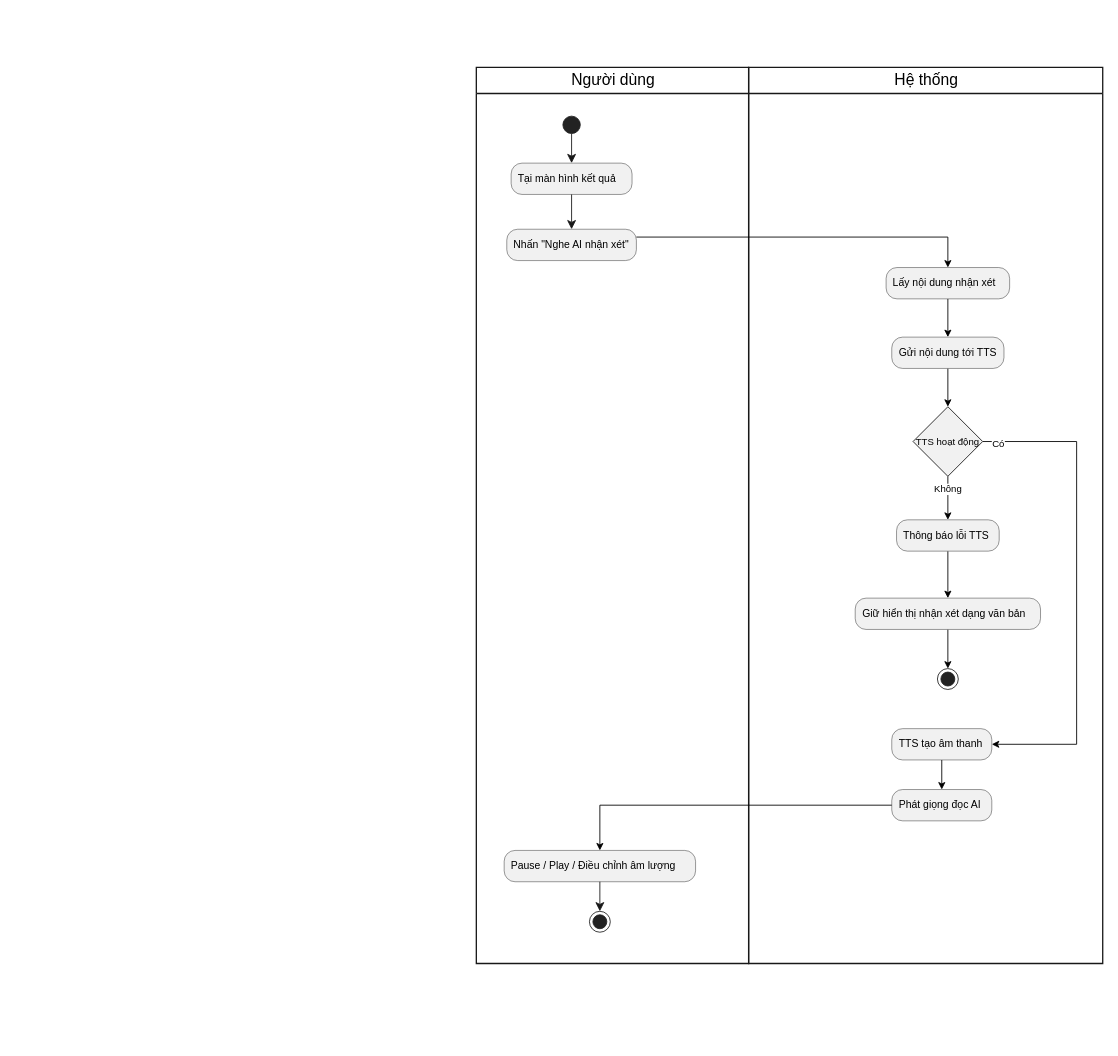
Before: page "UC6-Nghe phản hồi bằng giọng nói" (7 of 10) of docs/diagrams/ActivityDiagram.drawio.xml in ToraidolGiang/interview-practice-ai, a draw.io diagram. Source tidied: cells renumbered, new cells numbered last; positions are measured from the earlier drawing's top-left corner, leaving out a move shared by most shapes. Both pictures are drawn from the tidied source at 87%, with x=0, y=0 at pixel (15, 15).
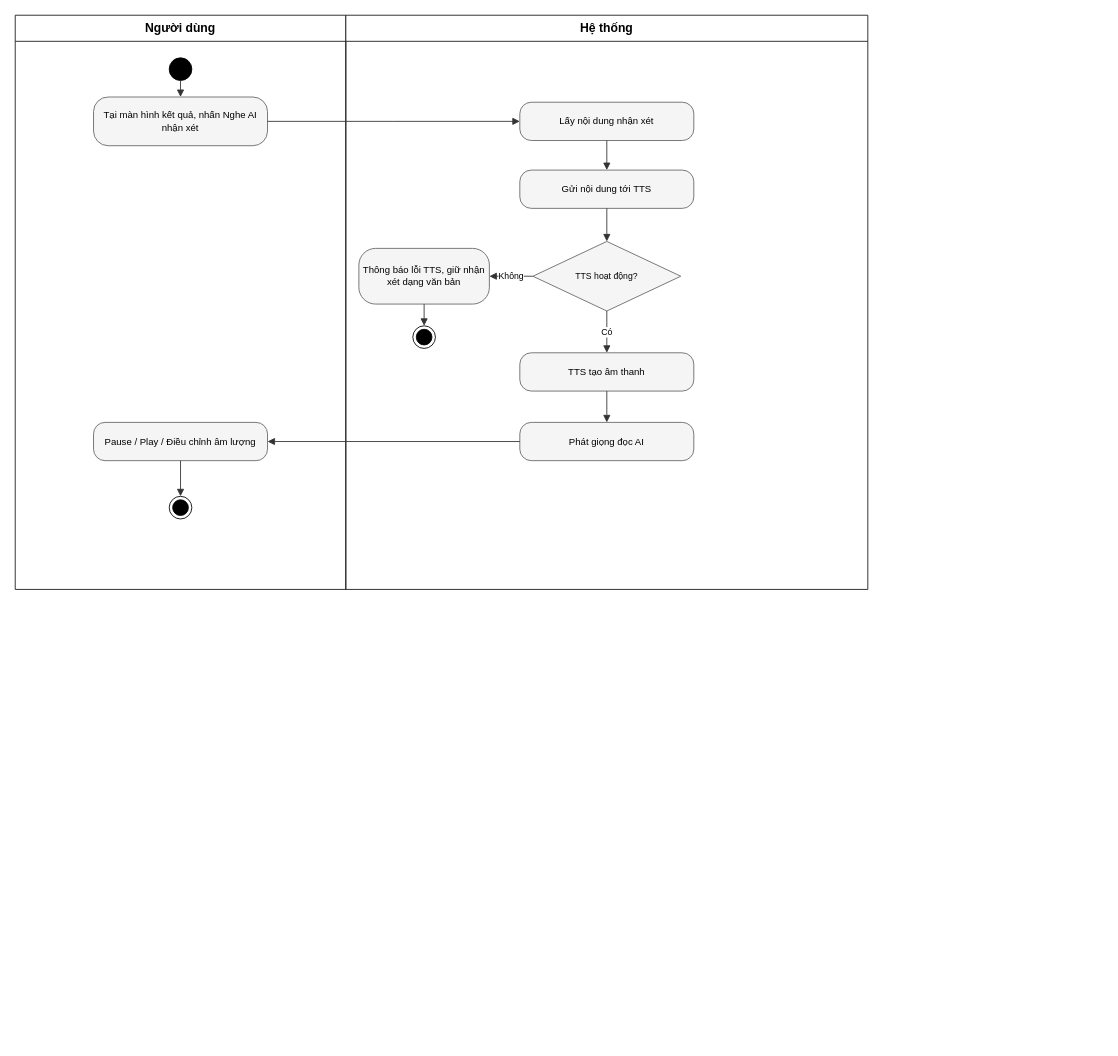
The same page after the edit.

What changed in the source:
```diff
@@
-    <mxCell id="2" style="group;transparentBounds=1;editIcon=1;lockedGroup=0;groupPadding=10;" parent="1" vertex="1">
-      <mxGeometry width="930" height="1180" as="geometry" />
-    </mxCell>
-    <mxCell id="3" value="Người dùng" style="swimlane;startSize=30;fillColor=none;swimlaneFillColor=none;strokeColor=#181818;strokeWidth=1.5;fontColor=#000000;fontSize=18;fontStyle=0;html=1;" parent="2" vertex="1">
-      <mxGeometry x="530" y="60" width="313" height="1030" as="geometry" />
+    <mxCell id="3" value="Người dùng" style="swimlane;html=1;horizontal=1;startSize=30;fillColor=#ffffff;strokeColor=#181818;fontSize=14;fontStyle=1;whiteSpace=wrap;" parent="1" vertex="1">
+      <mxGeometry width="380" height="660" as="geometry" />
     </mxCell>
-    <mxCell id="4" style="ellipse;shape=endState;fillColor=#222222;strokeColor=#222222;" parent="3" vertex="1">
-      <mxGeometry x="130" y="970" width="24" height="24" as="geometry" />
-    </mxCell>
+    <mxCell id="12" value="Hệ thống" style="swimlane;html=1;horizontal=1;startSize=30;fillColor=#ffffff;strokeColor=#181818;fontSize=14;fontStyle=1;whiteSpace=wrap;" parent="1" vertex="1">
+      <mxGeometry x="380" width="600" height="660" as="geometry" />
+    </mxCell>
+    <mxCell id="32" style="ellipse;html=1;fillColor=#000000;strokeColor=#000000;" parent="1" vertex="1">
+      <mxGeometry x="177" y="49" width="26" height="26" as="geometry" />
+    </mxCell>
+    <mxCell id="33" value="Tại màn hình kết quả, nhấn Nghe AI nhận xét" style="rounded=1;arcSize=30;whiteSpace=wrap;html=1;fillColor=#f5f5f5;strokeColor=#666666;fontSize=11;" parent="1" vertex="1">
+      <mxGeometry x="90" y="94" width="200" height="56" as="geometry" />
+    </mxCell>
+    <mxCell id="14" value="Lấy nội dung nhận xét" style="rounded=1;arcSize=30;whiteSpace=wrap;html=1;fillColor=#f5f5f5;strokeColor=#666666;fontSize=11;" parent="1" vertex="1">
+      <mxGeometry x="580" y="100" width="200" height="44" as="geometry" />
+    </mxCell>
+    <mxCell id="17" value="Gửi nội dung tới TTS" style="rounded=1;arcSize=30;whiteSpace=wrap;html=1;fillColor=#f5f5f5;strokeColor=#666666;fontSize=11;" parent="1" vertex="1">
+      <mxGeometry x="580" y="178" width="200" height="44" as="geometry" />
+    </mxCell>
+    <mxCell id="34" value="TTS hoạt động?" style="rhombus;whiteSpace=wrap;html=1;fillColor=#f5f5f5;strokeColor=#666666;fontSize=10;" parent="1" vertex="1">
+      <mxGeometry x="595" y="260" width="170" height="80" as="geometry" />
+    </mxCell>
+    <mxCell id="35" value="Thông báo lỗi TTS, giữ nhận xét dạng văn bản" style="rounded=1;arcSize=30;whiteSpace=wrap;html=1;fillColor=#f5f5f5;strokeColor=#666666;fontSize=11;" parent="1" vertex="1">
+      <mxGeometry x="395" y="268" width="150" height="64" as="geometry" />
+    </mxCell>
+    <mxCell id="36" style="ellipse;html=1;shape=endState;fillColor=#000000;strokeColor=#000000;" parent="1" vertex="1">
+      <mxGeometry x="457" y="357" width="26" height="26" as="geometry" />
+    </mxCell>
+    <mxCell id="28" value="TTS tạo âm thanh" style="rounded=1;arcSize=30;whiteSpace=wrap;html=1;fillColor=#f5f5f5;strokeColor=#666666;fontSize=11;" parent="1" vertex="1">
+      <mxGeometry x="580" y="388" width="200" height="44" as="geometry" />
+    </mxCell>
+    <mxCell id="15" value="Phát giọng đọc AI" style="rounded=1;arcSize=30;whiteSpace=wrap;html=1;fillColor=#f5f5f5;strokeColor=#666666;fontSize=11;" parent="1" vertex="1">
+      <mxGeometry x="580" y="468" width="200" height="44" as="geometry" />
+    </mxCell>
-    <mxCell id="5" value="Pause / Play / Điều chỉnh âm lượng" style="rounded=1;absoluteArcSize=1;arcSize=25;fillColor=#F1F1F1;strokeColor=#181818;strokeWidth=0.5;whiteSpace=wrap;fontSize=12;align=left;spacingLeft=6;" parent="3" vertex="1">
-      <mxGeometry x="32" y="900" width="220" height="36" as="geometry" />
+    <mxCell id="5" value="Pause / Play / Điều chỉnh âm lượng" style="rounded=1;arcSize=30;whiteSpace=wrap;html=1;fillColor=#f5f5f5;strokeColor=#666666;fontSize=11;" parent="1" vertex="1">
+      <mxGeometry x="90" y="468" width="200" height="44" as="geometry" />
     </mxCell>
-    <mxCell id="6" style="endArrow=classic;endSize=8;strokeColor=#181818;rounded=0;" parent="3" edge="1" source="5" target="4">
-      <mxGeometry relative="1" as="geometry" />
-    </mxCell>
-    <mxCell id="7" value="Nhấn &quot;Nghe AI nhận xét&quot;" style="rounded=1;absoluteArcSize=1;arcSize=25;fillColor=#F1F1F1;strokeColor=#181818;strokeWidth=0.5;whiteSpace=wrap;fontSize=12;align=left;spacingLeft=6;" parent="3" vertex="1">
-      <mxGeometry x="35" y="186" width="149" height="36" as="geometry" />
-    </mxCell>
-    <mxCell id="8" value="Tại màn hình kết quả" style="rounded=1;absoluteArcSize=1;arcSize=25;fillColor=#F1F1F1;strokeColor=#181818;strokeWidth=0.5;whiteSpace=wrap;fontSize=12;align=left;spacingLeft=6;" parent="3" vertex="1">
-      <mxGeometry x="40" y="110" width="139" height="36" as="geometry" />
-    </mxCell>
-    <mxCell id="9" style="endArrow=classic;endSize=8;strokeColor=#181818;rounded=0;" parent="3" edge="1" source="8" target="7">
-      <mxGeometry relative="1" as="geometry" />
-    </mxCell>
-    <mxCell id="10" style="ellipse;fillColor=#222222;strokeColor=#222222;" parent="3" vertex="1">
-      <mxGeometry x="99.5" y="56" width="20" height="20" as="geometry" />
-    </mxCell>
-    <mxCell id="11" style="endArrow=classic;endSize=8;strokeColor=#181818;rounded=0;" parent="3" edge="1" source="10" target="8">
-      <mxGeometry relative="1" as="geometry" />
-    </mxCell>
-    <mxCell id="12" value="Hệ thống" style="swimlane;startSize=30;fillColor=none;swimlaneFillColor=none;strokeColor=#181818;strokeWidth=1.5;fontColor=#000000;fontSize=18;fontStyle=0;html=1;" parent="2" vertex="1">
-      <mxGeometry x="843" y="60" width="407" height="1030" as="geometry" />
-    </mxCell>
+    <mxCell id="37" style="ellipse;html=1;shape=endState;fillColor=#000000;strokeColor=#000000;" parent="1" vertex="1">
+      <mxGeometry x="177" y="553" width="26" height="26" as="geometry" />
+    </mxCell>
+    <mxCell id="38" style="edgeStyle=orthogonalEdgeStyle;rounded=0;html=1;endArrow=block;endFill=1;fontSize=10;labelBackgroundColor=#ffffff;strokeColor=#333333;exitX=0.5;exitY=1;exitDx=0;exitDy=0;entryX=0.5;entryY=0;entryDx=0;entryDy=0;" parent="1" edge="1" source="32" target="33">
+      <mxGeometry relative="1" as="geometry" />
+    </mxCell>
+    <mxCell id="39" style="edgeStyle=orthogonalEdgeStyle;rounded=0;html=1;endArrow=block;endFill=1;fontSize=10;labelBackgroundColor=#ffffff;strokeColor=#333333;exitX=1;exitY=0.5;exitDx=0;exitDy=0;entryX=0;entryY=0.5;entryDx=0;entryDy=0;" parent="1" edge="1" source="33" target="14">
+      <mxGeometry relative="1" as="geometry">
+        <Array as="points">
+          <mxPoint x="435" y="122" />
+        </Array>
+      </mxGeometry>
+    </mxCell>
-    <mxCell id="13" style="edgeStyle=orthogonalEdgeStyle;rounded=0;jettySize=auto;html=1;exitX=0.5;exitY=1;exitDx=0;exitDy=0;entryX=0.5;entryY=0;entryDx=0;entryDy=0;" parent="12" edge="1" source="14" target="17">
+    <mxCell id="13" style="edgeStyle=orthogonalEdgeStyle;rounded=0;html=1;endArrow=block;endFill=1;fontSize=10;labelBackgroundColor=#ffffff;strokeColor=#333333;exitX=0.5;exitY=1;exitDx=0;exitDy=0;entryX=0.5;entryY=0;entryDx=0;entryDy=0;" parent="1" edge="1" source="14" target="17">
       <mxGeometry relative="1" as="geometry" />
     </mxCell>
-    <mxCell id="14" value="Lấy nội dung nhận xét" style="rounded=1;absoluteArcSize=1;arcSize=25;fillColor=#F1F1F1;strokeColor=#181818;strokeWidth=0.5;whiteSpace=wrap;fontSize=12;align=left;spacingLeft=6;" parent="12" vertex="1">
-      <mxGeometry x="158" y="230" width="142" height="36" as="geometry" />
-    </mxCell>
-    <mxCell id="15" value="Phát giọng đọc AI" style="rounded=1;absoluteArcSize=1;arcSize=25;fillColor=#F1F1F1;strokeColor=#181818;strokeWidth=0.5;whiteSpace=wrap;fontSize=12;align=left;spacingLeft=6;" parent="12" vertex="1">
-      <mxGeometry x="164.5" y="830" width="115" height="36" as="geometry" />
-    </mxCell>
-    <mxCell id="16" style="edgeStyle=orthogonalEdgeStyle;rounded=0;jettySize=auto;html=1;exitX=0.5;exitY=1;exitDx=0;exitDy=0;entryX=0.5;entryY=0;entryDx=0;entryDy=0;" parent="12" edge="1" source="17" target="22">
-      <mxGeometry relative="1" as="geometry" />
-    </mxCell>
-    <mxCell id="17" value="Gửi nội dung tới TTS" style="rounded=1;absoluteArcSize=1;arcSize=25;fillColor=#F1F1F1;strokeColor=#181818;strokeWidth=0.5;whiteSpace=wrap;fontSize=12;align=left;spacingLeft=6;" parent="12" vertex="1">
-      <mxGeometry x="164.5" y="310" width="129" height="36" as="geometry" />
-    </mxCell>
-    <mxCell id="18" style="edgeStyle=orthogonalEdgeStyle;rounded=0;jettySize=auto;html=1;exitX=1;exitY=0.5;exitDx=0;exitDy=0;entryX=1;entryY=0.5;entryDx=0;entryDy=0;" parent="12" edge="1" source="22" target="28">
-      <mxGeometry relative="1" as="geometry">
-        <Array as="points">
-          <mxPoint x="377" y="430" />
-          <mxPoint x="377" y="778" />
-        </Array>
-      </mxGeometry>
-    </mxCell>
+    <mxCell id="40" style="edgeStyle=orthogonalEdgeStyle;rounded=0;html=1;endArrow=block;endFill=1;fontSize=10;labelBackgroundColor=#ffffff;strokeColor=#333333;exitX=0.5;exitY=1;exitDx=0;exitDy=0;entryX=0.5;entryY=0;entryDx=0;entryDy=0;" parent="1" edge="1" source="17" target="34">
+      <mxGeometry relative="1" as="geometry" />
+    </mxCell>
+    <mxCell id="21" value="Không" style="edgeStyle=orthogonalEdgeStyle;rounded=0;html=1;endArrow=block;endFill=1;fontSize=10;labelBackgroundColor=#ffffff;strokeColor=#333333;exitX=0;exitY=0.5;exitDx=0;exitDy=0;entryX=1;entryY=0.5;entryDx=0;entryDy=0;" parent="1" edge="1" source="34" target="35">
+      <mxGeometry relative="1" as="geometry" />
+    </mxCell>
+    <mxCell id="41" style="edgeStyle=orthogonalEdgeStyle;rounded=0;html=1;endArrow=block;endFill=1;fontSize=10;labelBackgroundColor=#ffffff;strokeColor=#333333;exitX=0.5;exitY=1;exitDx=0;exitDy=0;entryX=0.5;entryY=0;entryDx=0;entryDy=0;" parent="1" edge="1" source="35" target="36">
+      <mxGeometry relative="1" as="geometry" />
+    </mxCell>
-    <mxCell id="19" value="Có" style="edgeLabel;html=1;align=center;verticalAlign=middle;" parent="18" vertex="1">
-      <mxGeometry x="-0.94" y="-2" relative="1" as="geometry" />
+    <mxCell id="19" value="Có" style="edgeStyle=orthogonalEdgeStyle;rounded=0;html=1;endArrow=block;endFill=1;fontSize=10;labelBackgroundColor=#ffffff;strokeColor=#333333;exitX=0.5;exitY=1;exitDx=0;exitDy=0;entryX=0.5;entryY=0;entryDx=0;entryDy=0;" parent="1" edge="1" source="34" target="28">
+      <mxGeometry relative="1" as="geometry" />
     </mxCell>
-    <mxCell id="20" style="edgeStyle=orthogonalEdgeStyle;rounded=0;jettySize=auto;html=1;exitX=0.5;exitY=1;exitDx=0;exitDy=0;entryX=0.5;entryY=0;entryDx=0;entryDy=0;" parent="12" edge="1" source="22" target="24">
-      <mxGeometry relative="1" as="geometry" />
-    </mxCell>
-    <mxCell id="21" value="Không" style="edgeLabel;html=1;align=center;verticalAlign=middle;" parent="20" vertex="1">
-      <mxGeometry x="-0.44" y="-1" relative="1" as="geometry" />
-    </mxCell>
-    <mxCell id="22" value="TTS hoạt động" style="rhombus;whiteSpace=wrap;html=1;shapeInside=1;fontSize=11;fillColor=#F1F1F1;strokeColor=#181818;" parent="12" vertex="1">
-      <mxGeometry x="189" y="390" width="80" height="80" as="geometry" />
-    </mxCell>
-    <mxCell id="23" style="edgeStyle=orthogonalEdgeStyle;rounded=0;jettySize=auto;html=1;exitX=0.5;exitY=1;exitDx=0;exitDy=0;entryX=0.5;entryY=0;entryDx=0;entryDy=0;" parent="12" edge="1" source="24" target="26">
-      <mxGeometry relative="1" as="geometry" />
-    </mxCell>
-    <mxCell id="24" value="Thông báo lỗi TTS" style="rounded=1;absoluteArcSize=1;arcSize=25;fillColor=#F1F1F1;strokeColor=#181818;strokeWidth=0.5;whiteSpace=wrap;fontSize=12;align=left;spacingLeft=6;" parent="12" vertex="1">
-      <mxGeometry x="170" y="520" width="118" height="36" as="geometry" />
-    </mxCell>
-    <mxCell id="25" style="edgeStyle=orthogonalEdgeStyle;rounded=0;jettySize=auto;html=1;exitX=0.5;exitY=1;exitDx=0;exitDy=0;entryX=0.5;entryY=0;entryDx=0;entryDy=0;" parent="12" edge="1" source="26" target="29">
-      <mxGeometry relative="1" as="geometry" />
-    </mxCell>
-    <mxCell id="26" value="Giữ hiển thị nhận xét dạng văn bản" style="rounded=1;absoluteArcSize=1;arcSize=25;fillColor=#F1F1F1;strokeColor=#181818;strokeWidth=0.5;whiteSpace=wrap;fontSize=12;align=left;spacingLeft=6;" parent="12" vertex="1">
-      <mxGeometry x="122.5" y="610" width="213" height="36" as="geometry" />
-    </mxCell>
-    <mxCell id="27" style="edgeStyle=orthogonalEdgeStyle;rounded=0;jettySize=auto;html=1;exitX=0.5;exitY=1;exitDx=0;exitDy=0;entryX=0.5;entryY=0;entryDx=0;entryDy=0;" parent="12" edge="1" source="28" target="15">
+    <mxCell id="27" style="edgeStyle=orthogonalEdgeStyle;rounded=0;html=1;endArrow=block;endFill=1;fontSize=10;labelBackgroundColor=#ffffff;strokeColor=#333333;exitX=0.5;exitY=1;exitDx=0;exitDy=0;entryX=0.5;entryY=0;entryDx=0;entryDy=0;" parent="1" edge="1" source="28" target="15">
       <mxGeometry relative="1" as="geometry" />
     </mxCell>
-    <mxCell id="28" value="TTS tạo âm thanh" style="rounded=1;absoluteArcSize=1;arcSize=25;fillColor=#F1F1F1;strokeColor=#181818;strokeWidth=0.5;whiteSpace=wrap;fontSize=12;align=left;spacingLeft=6;" parent="12" vertex="1">
-      <mxGeometry x="164.5" y="760" width="115" height="36" as="geometry" />
-    </mxCell>
-    <mxCell id="29" style="ellipse;shape=endState;fillColor=#222222;strokeColor=#222222;" parent="12" vertex="1">
-      <mxGeometry x="217" y="691" width="24" height="24" as="geometry" />
-    </mxCell>
-    <mxCell id="30" style="edgeStyle=orthogonalEdgeStyle;rounded=0;jettySize=auto;html=1;exitX=0;exitY=0.5;exitDx=0;exitDy=0;entryX=0.5;entryY=0;entryDx=0;entryDy=0;" parent="2" edge="1" source="15" target="5">
+    <mxCell id="30" style="edgeStyle=orthogonalEdgeStyle;rounded=0;html=1;endArrow=block;endFill=1;fontSize=10;labelBackgroundColor=#ffffff;strokeColor=#333333;exitX=0;exitY=0.5;exitDx=0;exitDy=0;entryX=1;entryY=0.5;entryDx=0;entryDy=0;" parent="1" edge="1" source="15" target="5">
       <mxGeometry relative="1" as="geometry" />
     </mxCell>
-    <mxCell id="31" style="edgeStyle=orthogonalEdgeStyle;rounded=0;jettySize=auto;html=1;exitX=1;exitY=0.25;exitDx=0;exitDy=0;entryX=0.5;entryY=0;entryDx=0;entryDy=0;" parent="2" edge="1" source="7" target="14">
-      <mxGeometry relative="1" as="geometry" />
-    </mxCell>
+    <mxCell id="42" style="edgeStyle=orthogonalEdgeStyle;rounded=0;html=1;endArrow=block;endFill=1;fontSize=10;labelBackgroundColor=#ffffff;strokeColor=#333333;exitX=0.5;exitY=1;exitDx=0;exitDy=0;entryX=0.5;entryY=0;entryDx=0;entryDy=0;" parent="1" edge="1" source="5" target="37">
+      <mxGeometry relative="1" as="geometry" />
+    </mxCell>
```
